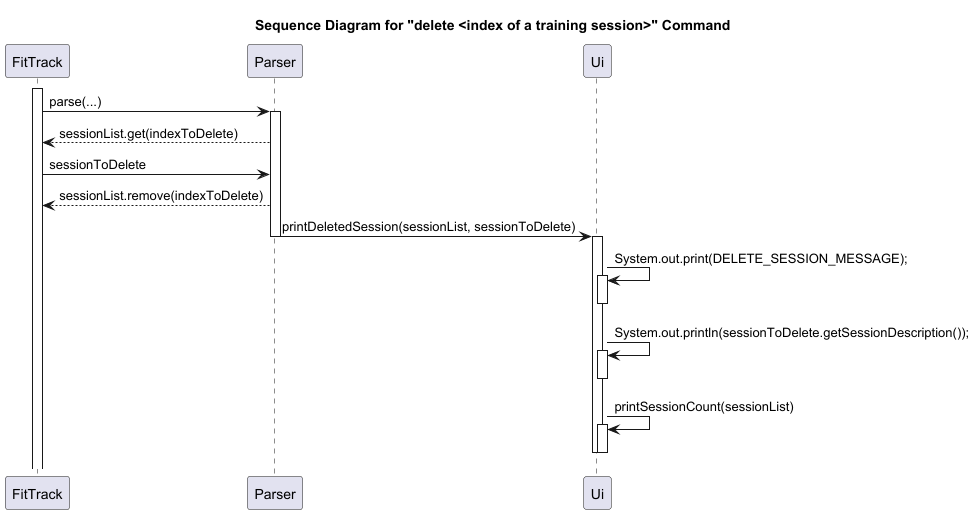
Above: docs/Images/Sequence_DeleteTrainingSession.png in nus-cs2113-AY2425S1/tp (PlantUML), before the change. Its diagram source:
```plantuml
@startuml
title Sequence Diagram for "delete <index of a training session>" Command

participant FitTrack
participant Parser
participant Ui


activate FitTrack
FitTrack -> Parser: parse(...)
activate Parser

Parser --> FitTrack: sessionList.get(indexToDelete)

FitTrack -> Parser: sessionToDelete

Parser --> FitTrack: sessionList.remove(indexToDelete)

Parser -> Ui: printDeletedSession(sessionList, sessionToDelete)
deactivate Parser
activate Ui

Ui -> Ui: System.out.print(DELETE_SESSION_MESSAGE);
activate Ui
deactivate Ui
Ui -> Ui: System.out.println(sessionToDelete.getSessionDescription());
activate Ui
deactivate Ui
Ui -> Ui: printSessionCount(sessionList)
activate Ui
deactivate Ui
deactivate Ui

@enduml
```
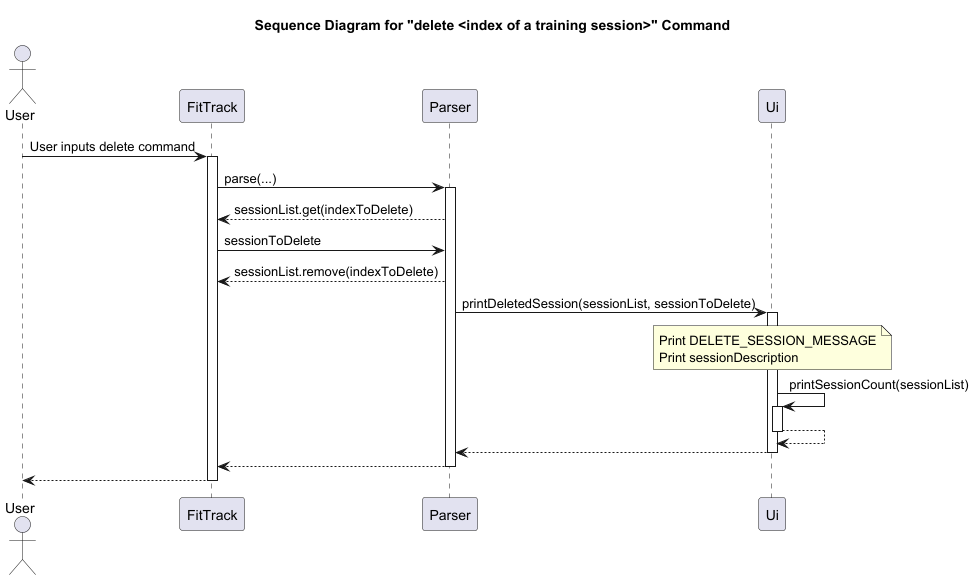
Above is the later version.

What changed in the source:
```diff
@@ -1,11 +1,12 @@
 @startuml
 title Sequence Diagram for "delete <index of a training session>" Command
 
+actor User
 participant FitTrack
 participant Parser
 participant Ui
 
-
+User -> FitTrack: User inputs delete command
 activate FitTrack
 FitTrack -> Parser: parse(...)
 activate Parser
@@ -17,18 +18,21 @@
 Parser --> FitTrack: sessionList.remove(indexToDelete)
 
 Parser -> Ui: printDeletedSession(sessionList, sessionToDelete)
-deactivate Parser
 activate Ui
 
-Ui -> Ui: System.out.print(DELETE_SESSION_MESSAGE);
-activate Ui
-deactivate Ui
-Ui -> Ui: System.out.println(sessionToDelete.getSessionDescription());
-activate Ui
-deactivate Ui
+note over Ui
+    Print DELETE_SESSION_MESSAGE
+    Print sessionDescription
+end note
 Ui -> Ui: printSessionCount(sessionList)
 activate Ui
+Ui --> Ui
 deactivate Ui
+Ui --> Parser
 deactivate Ui
+Parser --> FitTrack
+deactivate Parser
+FitTrack --> User
+deactivate FitTrack
 
 @enduml
```
